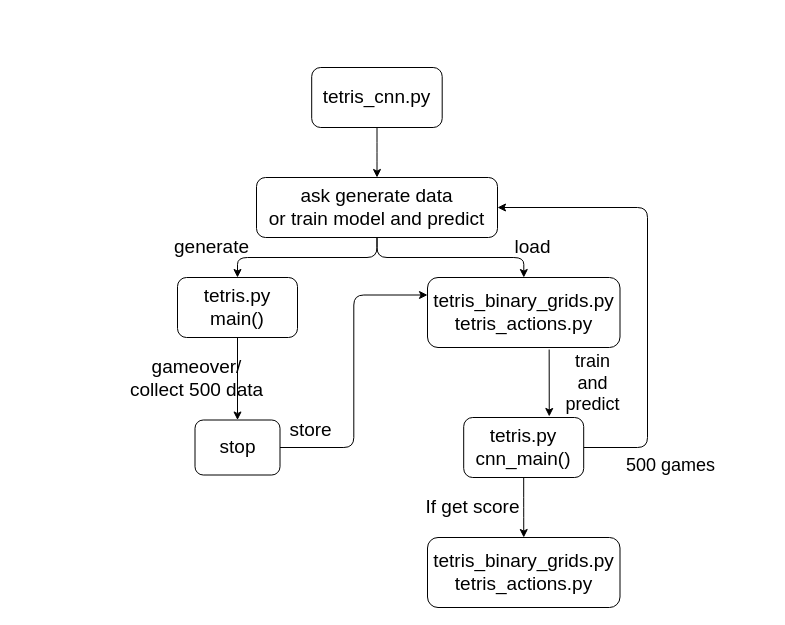
Above: cnn_tetris_algorithm.drawio in youngtuotuo/Deep-Q-Learning-Tetris (draw.io), before the change. Source tidied: cells renumbered, new cells numbered last; positions are measured from the earlier drawing's top-left corner, leaving out a move shared by most shapes. Both pictures are drawn from the tidied source at 100%, with x=0, y=0 at pixel (121, 67).
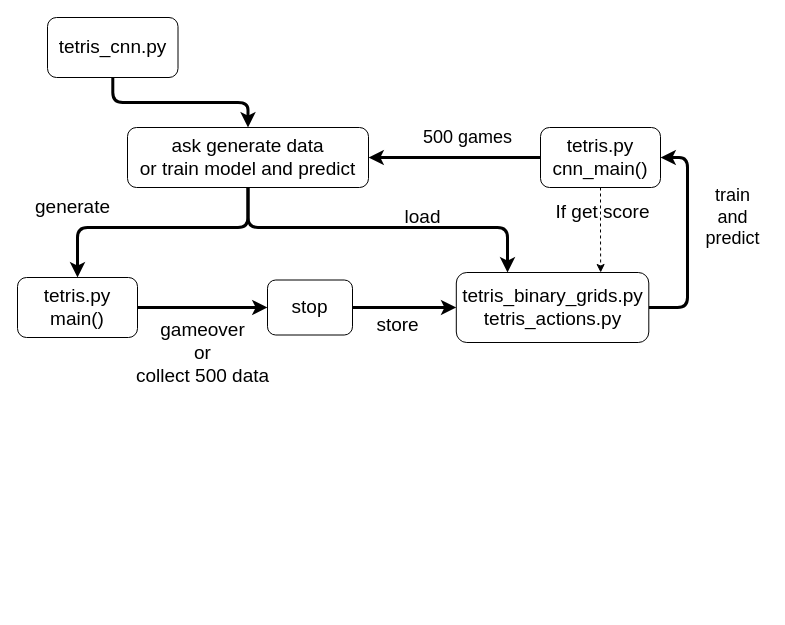
The same diagram, later.

Diff of the diagram source:
```diff
@@
+    <mxCell id="3" style="edgeStyle=orthogonalEdgeStyle;rounded=1;jettySize=auto;html=1;strokeWidth=3;" parent="1" edge="1" source="4" target="11">
+      <mxGeometry relative="1" as="geometry">
+        <Array as="points">
+          <mxPoint x="127" y="160" />
+          <mxPoint x="386" y="160" />
+        </Array>
+      </mxGeometry>
+    </mxCell>
-    <mxCell id="2" style="edgeStyle=orthogonalEdgeStyle;rounded=1;jettySize=auto;html=1;" parent="1" edge="1" source="4" target="8">
-      <mxGeometry relative="1" as="geometry" />
+    <mxCell id="2" style="edgeStyle=orthogonalEdgeStyle;rounded=1;jettySize=auto;html=1;strokeWidth=3;" parent="1" edge="1" source="4" target="8">
+      <mxGeometry relative="1" as="geometry">
+        <Array as="points">
+          <mxPoint x="127" y="160" />
+          <mxPoint x="-44" y="160" />
+        </Array>
+      </mxGeometry>
     </mxCell>
-    <mxCell id="3" style="edgeStyle=orthogonalEdgeStyle;rounded=1;jettySize=auto;html=1;" parent="1" edge="1" source="4" target="11">
-      <mxGeometry relative="1" as="geometry" />
-    </mxCell>
     <mxCell id="4" value="&lt;font style=&quot;font-size: 19px&quot;&gt;ask generate data&lt;br&gt;or train model and predict&lt;/font&gt;" style="rounded=1;whiteSpace=wrap;html=1;" parent="1" vertex="1">
-      <mxGeometry x="135" y="110" width="241" height="60" as="geometry" />
+      <mxGeometry x="6" y="60" width="241" height="60" as="geometry" />
     </mxCell>
     <mxCell id="5" value="&lt;font style=&quot;font-size: 19px&quot;&gt;generate&lt;/font&gt;" style="text;html=1;align=center;verticalAlign=middle;fillColor=none;strokeColor=none;rounded=0;" parent="1" vertex="1">
-      <mxGeometry x="45" y="170" width="90" height="20" as="geometry" />
+      <mxGeometry x="-94" y="130" width="90" height="20" as="geometry" />
     </mxCell>
-    <mxCell id="6" value="&lt;font style=&quot;font-size: 18px&quot;&gt;train &lt;br&gt;and &lt;br&gt;predict&lt;/font&gt;" style="text;html=1;align=center;verticalAlign=middle;fillColor=none;strokeColor=none;rounded=0;" parent="1" vertex="1">
-      <mxGeometry x="436" y="291" width="70" height="50" as="geometry" />
+    <mxCell id="6" value="&lt;font style=&quot;font-size: 18px&quot;&gt;train &lt;br&gt;and &lt;br&gt;predict&lt;br&gt;&lt;/font&gt;" style="text;html=1;align=center;verticalAlign=middle;fillColor=none;strokeColor=none;rounded=0;" parent="1" vertex="1">
+      <mxGeometry x="576" y="125" width="70" height="50" as="geometry" />
     </mxCell>
-    <mxCell id="7" style="edgeStyle=orthogonalEdgeStyle;rounded=1;jettySize=auto;html=1;entryX=0.5;entryY=0;entryDx=0;entryDy=0;" parent="1" edge="1" source="8" target="10">
+    <mxCell id="7" style="edgeStyle=orthogonalEdgeStyle;rounded=0;jettySize=auto;html=1;entryX=0;entryY=0.5;entryDx=0;entryDy=0;strokeWidth=3;" parent="1" edge="1" source="8" target="10">
       <mxGeometry relative="1" as="geometry" />
     </mxCell>
     <mxCell id="8" value="&lt;font style=&quot;font-size: 19px&quot;&gt;tetris.py&lt;br&gt;main()&lt;/font&gt;" style="rounded=1;whiteSpace=wrap;html=1;" parent="1" vertex="1">
-      <mxGeometry x="56" y="210" width="120" height="60" as="geometry" />
+      <mxGeometry x="-104" y="210" width="120" height="60" as="geometry" />
     </mxCell>
-    <mxCell id="9" style="edgeStyle=orthogonalEdgeStyle;rounded=1;jettySize=auto;html=1;entryX=0;entryY=0.25;entryDx=0;entryDy=0;" parent="1" edge="1" source="10" target="11">
+    <mxCell id="9" style="edgeStyle=orthogonalEdgeStyle;rounded=1;jettySize=auto;html=1;entryX=0;entryY=0.5;entryDx=0;entryDy=0;strokeWidth=3;" parent="1" edge="1" source="10" target="11">
       <mxGeometry relative="1" as="geometry" />
     </mxCell>
     <mxCell id="10" value="&lt;font style=&quot;font-size: 19px&quot;&gt;stop&lt;br&gt;&lt;/font&gt;" style="rounded=1;whiteSpace=wrap;html=1;" parent="1" vertex="1">
-      <mxGeometry x="73.5" y="352.5" width="85" height="55" as="geometry" />
+      <mxGeometry x="146" y="212.5" width="85" height="55" as="geometry" />
     </mxCell>
+    <mxCell id="22" style="edgeStyle=orthogonalEdgeStyle;rounded=1;jettySize=auto;html=1;strokeWidth=3;entryX=1;entryY=0.5;entryDx=0;entryDy=0;" parent="1" edge="1" source="11" target="15">
+      <mxGeometry relative="1" as="geometry">
+        <Array as="points">
+          <mxPoint x="566" y="240" />
+          <mxPoint x="566" y="90" />
+        </Array>
+      </mxGeometry>
+    </mxCell>
     <mxCell id="11" value="&lt;font style=&quot;font-size: 19px&quot;&gt;tetris_binary_grids.py&lt;br&gt;tetris_actions.py&lt;br&gt;&lt;/font&gt;" style="rounded=1;whiteSpace=wrap;html=1;" parent="1" vertex="1">
-      <mxGeometry x="306" y="210" width="192.5" height="70" as="geometry" />
+      <mxGeometry x="334.8" y="205" width="192.5" height="70" as="geometry" />
     </mxCell>
     <mxCell id="12" value="&lt;font style=&quot;font-size: 19px&quot;&gt;store&lt;/font&gt;" style="text;html=1;align=center;verticalAlign=middle;fillColor=none;strokeColor=none;rounded=0;" parent="1" vertex="1">
-      <mxGeometry x="158.5" y="352.5" width="60" height="20" as="geometry" />
+      <mxGeometry x="246" y="247.5" width="60" height="20" as="geometry" />
     </mxCell>
-    <mxCell id="13" style="edgeStyle=orthogonalEdgeStyle;rounded=1;jettySize=auto;html=1;entryX=1;entryY=0.5;entryDx=0;entryDy=0;" parent="1" edge="1" source="15" target="4">
-      <mxGeometry relative="1" as="geometry">
-        <Array as="points">
-          <mxPoint x="526" y="380" />
-          <mxPoint x="526" y="140" />
-        </Array>
-      </mxGeometry>
+    <mxCell id="13" style="edgeStyle=orthogonalEdgeStyle;rounded=1;jettySize=auto;html=1;entryX=1;entryY=0.5;entryDx=0;entryDy=0;strokeWidth=3;" parent="1" edge="1" source="15" target="4">
+      <mxGeometry relative="1" as="geometry" />
     </mxCell>
-    <mxCell id="14" style="edgeStyle=orthogonalEdgeStyle;rounded=1;jettySize=auto;html=1;entryX=0.5;entryY=0;entryDx=0;entryDy=0;" parent="1" edge="1" source="15" target="23">
-      <mxGeometry relative="1" as="geometry" />
-    </mxCell>
+    <mxCell id="24" style="edgeStyle=orthogonalEdgeStyle;rounded=1;jumpSize=6;jettySize=auto;html=1;entryX=0.75;entryY=0;entryDx=0;entryDy=0;endSize=6;strokeWidth=1;dashed=1;" parent="1" edge="1" source="15" target="11">
+      <mxGeometry relative="1" as="geometry" />
+    </mxCell>
     <mxCell id="15" value="&lt;font style=&quot;font-size: 19px&quot;&gt;tetris.py&lt;br&gt;cnn_main()&lt;/font&gt;" style="rounded=1;whiteSpace=wrap;html=1;" parent="1" vertex="1">
-      <mxGeometry x="342.2" y="350" width="120" height="60" as="geometry" />
+      <mxGeometry x="419" y="60" width="120" height="60" as="geometry" />
     </mxCell>
     <mxCell id="16" value="&lt;font style=&quot;font-size: 18px&quot;&gt;500 games&lt;/font&gt;" style="text;html=1;align=center;verticalAlign=middle;fillColor=none;strokeColor=none;rounded=0;" parent="1" vertex="1">
-      <mxGeometry x="498.5" y="387.5" width="100" height="20" as="geometry" />
+      <mxGeometry x="296" y="60" width="100" height="20" as="geometry" />
     </mxCell>
-    <mxCell id="17" style="edgeStyle=orthogonalEdgeStyle;rounded=1;jettySize=auto;html=1;entryX=0.5;entryY=0;entryDx=0;entryDy=0;" parent="1" edge="1" source="18" target="4">
+    <mxCell id="17" style="edgeStyle=orthogonalEdgeStyle;rounded=1;jettySize=auto;html=1;entryX=0.5;entryY=0;entryDx=0;entryDy=0;strokeWidth=3;" parent="1" edge="1" source="18" target="4">
       <mxGeometry relative="1" as="geometry" />
     </mxCell>
     <mxCell id="18" value="&lt;font style=&quot;font-size: 19px&quot;&gt;tetris_cnn.py&lt;/font&gt;" style="rounded=1;whiteSpace=wrap;html=1;" parent="1" vertex="1">
-      <mxGeometry x="190.2" width="130.5" height="60" as="geometry" />
+      <mxGeometry x="-74" y="-50" width="130.5" height="60" as="geometry" />
     </mxCell>
     <mxCell id="19" value="&lt;font style=&quot;font-size: 19px&quot;&gt;load&lt;/font&gt;" style="text;html=1;align=center;verticalAlign=middle;fillColor=none;strokeColor=none;rounded=0;" parent="1" vertex="1">
-      <mxGeometry x="386" y="170" width="50" height="20" as="geometry" />
+      <mxGeometry x="276" y="140" width="50" height="20" as="geometry" />
     </mxCell>
-    <mxCell id="20" value="&lt;span style=&quot;font-size: 19px&quot;&gt;gameover/&lt;/span&gt;&lt;br style=&quot;font-size: 19px&quot;&gt;&lt;span style=&quot;font-size: 19px&quot;&gt;collect 500 data&lt;/span&gt;" style="text;html=1;align=center;verticalAlign=middle;fillColor=none;strokeColor=none;rounded=0;" parent="1" vertex="1">
-      <mxGeometry y="291" width="150" height="40" as="geometry" />
+    <mxCell id="20" value="&lt;span style=&quot;font-size: 19px&quot;&gt;gameover &lt;br&gt;or&lt;/span&gt;&lt;br style=&quot;font-size: 19px&quot;&gt;&lt;span style=&quot;font-size: 19px&quot;&gt;collect 500 data&lt;/span&gt;" style="text;html=1;align=center;verticalAlign=middle;fillColor=none;strokeColor=none;rounded=0;" parent="1" vertex="1">
+      <mxGeometry x="6" y="261" width="150" height="50" as="geometry" />
     </mxCell>
     <mxCell id="21" value="&lt;font style=&quot;font-size: 19px&quot;&gt;If get score&lt;br&gt;&lt;/font&gt;" style="text;html=1;align=center;verticalAlign=middle;fillColor=none;strokeColor=none;rounded=0;" parent="1" vertex="1">
-      <mxGeometry x="296" y="430" width="110" height="20" as="geometry" />
+      <mxGeometry x="426" y="135" width="110" height="20" as="geometry" />
     </mxCell>
-    <mxCell id="22" style="endArrow=classic;html=1;exitX=0.632;exitY=1.029;exitDx=0;exitDy=0;exitPerimeter=0;entryX=0.713;entryY=-0.017;entryDx=0;entryDy=0;entryPerimeter=0;" parent="1" edge="1" source="11" target="15">
-      <mxGeometry relative="1" as="geometry" />
-    </mxCell>
-    <mxCell id="23" value="&lt;font style=&quot;font-size: 19px&quot;&gt;tetris_binary_grids.py&lt;br&gt;tetris_actions.py&lt;br&gt;&lt;/font&gt;" style="rounded=1;whiteSpace=wrap;html=1;" parent="1" vertex="1">
-      <mxGeometry x="306" y="470" width="192.5" height="70" as="geometry" />
-    </mxCell>
```
